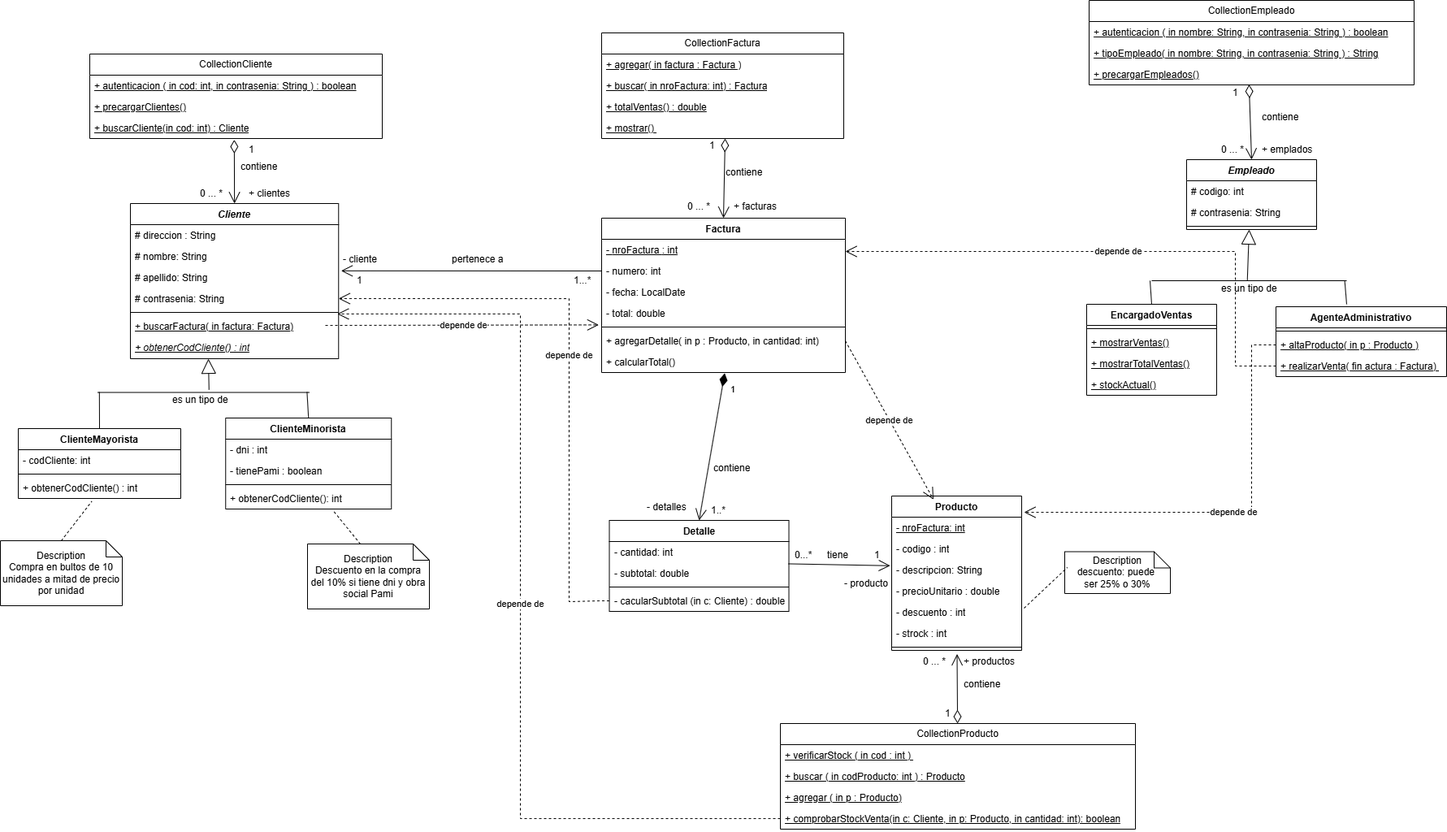
Above: DiagramaUML/diagramaUML-grupo8.png in abii321/tp5_grupo8 (draw.io), before the change. Source tidied: cells renumbered, new cells last; positions are measured from the earlier drawing's top-left corner, leaving out a move shared by most shapes.
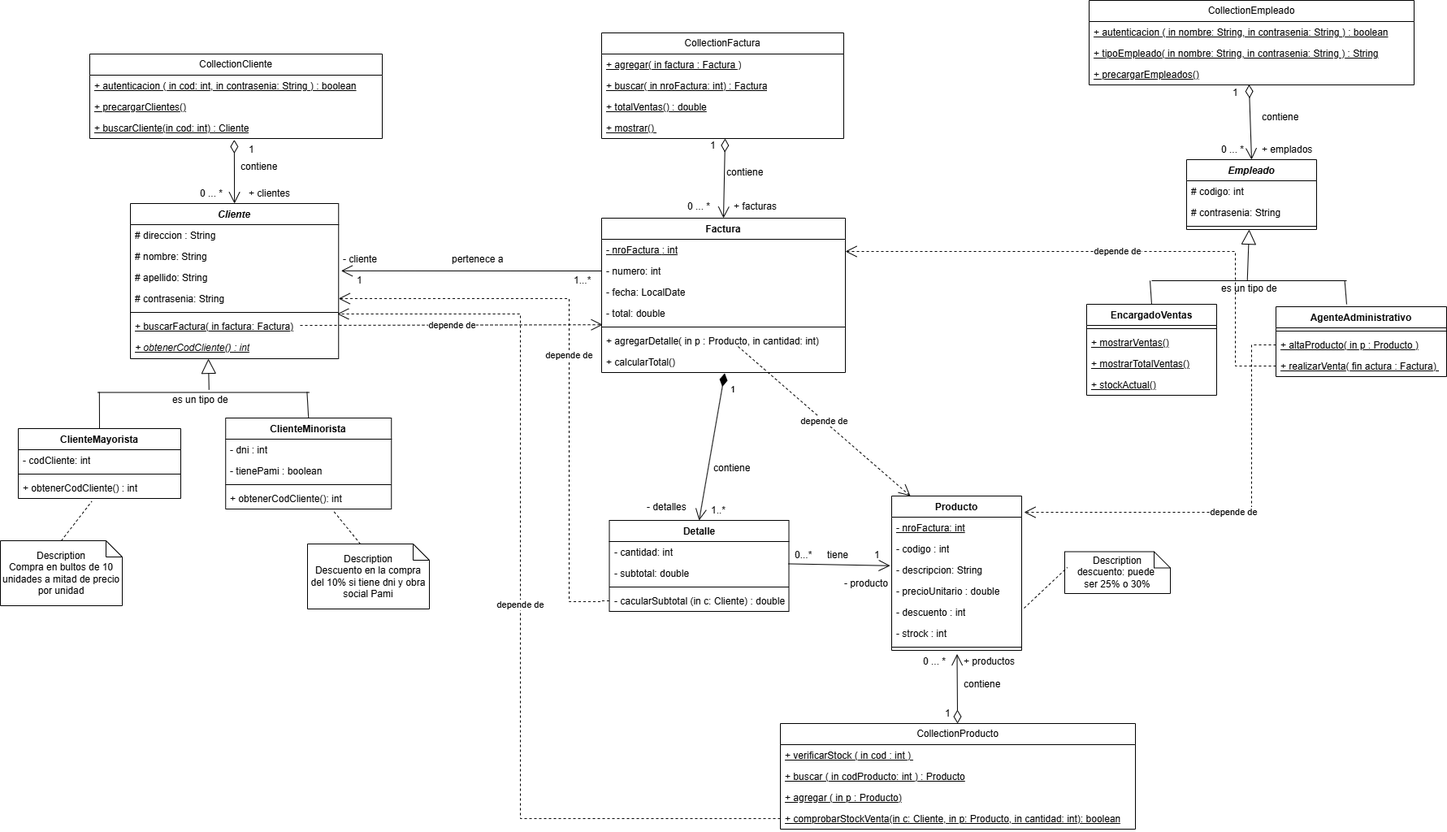
The same diagram one commit later.

Commit message:
Actualizaciones en el diagrama

The edit, as a diff of the source:
```diff
@@ -317,8 +317,10 @@
         </Array>
       </mxGeometry>
     </mxCell>
-    <mxCell id="103" value="depende de" style="endArrow=open;endSize=12;dashed=1;html=1;rounded=0;entryX=0.322;entryY=0.023;entryDx=0;entryDy=0;entryPerimeter=0;exitX=1;exitY=0.5;exitDx=0;exitDy=0;" parent="1" edge="1" source="37" target="23">
-      <mxGeometry relative="1" as="geometry" />
+    <mxCell id="103" value="depende de" style="endArrow=open;endSize=12;dashed=1;html=1;rounded=0;entryX=0.144;entryY=0;entryDx=0;entryDy=0;entryPerimeter=0;" parent="1" edge="1" target="23">
+      <mxGeometry relative="1" as="geometry">
+        <mxPoint x="908" y="426" as="sourcePoint" />
+      </mxGeometry>
     </mxCell>
     <mxCell id="104" value="contiene" style="text;strokeColor=none;fillColor=none;align=left;verticalAlign=top;spacingLeft=4;spacingRight=4;overflow=hidden;whiteSpace=wrap;html=1;" parent="1" vertex="1">
       <mxGeometry x="872" y="562" width="100" height="26" as="geometry" />
@@ -383,17 +385,18 @@
         </Array>
       </mxGeometry>
     </mxCell>
-    <mxCell id="119" value="depende de" style="endArrow=open;endSize=12;dashed=1;html=1;rounded=0;exitX=0;exitY=0.5;exitDx=0;exitDy=0;entryX=0.994;entryY=-0.081;entryDx=0;entryDy=0;edgeStyle=elbowEdgeStyle;entryPerimeter=0;" parent="1" edge="1" source="65" target="8">
+    <mxCell id="119" value="depende de" style="endArrow=open;endSize=12;dashed=1;html=1;rounded=0;exitX=0;exitY=0.5;exitDx=0;exitDy=0;entryX=0.994;entryY=-0.081;entryDx=0;entryDy=0;edgeStyle=elbowEdgeStyle;entryPerimeter=0;" parent="1" edge="1">
       <mxGeometry relative="1" as="geometry">
+        <mxPoint x="960" y="1007" as="sourcePoint" />
+        <mxPoint x="414.7" y="385.9" as="targetPoint" />
         <Array as="points">
           <mxPoint x="640" y="700" />
         </Array>
       </mxGeometry>
     </mxCell>
-    <mxCell id="120" value="depende de" style="endArrow=open;endSize=12;dashed=1;html=1;rounded=0;entryX=-0.012;entryY=0.053;entryDx=0;entryDy=0;entryPerimeter=0;" parent="1" edge="1">
+    <mxCell id="120" value="depende de" style="endArrow=open;endSize=12;dashed=1;html=1;rounded=0;entryX=0.004;entryY=1.046;entryDx=0;entryDy=0;entryPerimeter=0;" parent="1" edge="1" target="35">
       <mxGeometry x="0.01" relative="1" as="geometry">
-        <mxPoint x="400" y="400" as="sourcePoint" />
-        <mxPoint x="736.4" y="399.4" as="targetPoint" />
+        <mxPoint x="369" y="400" as="sourcePoint" />
         <mxPoint x="-1" as="offset" />
       </mxGeometry>
     </mxCell>
```
